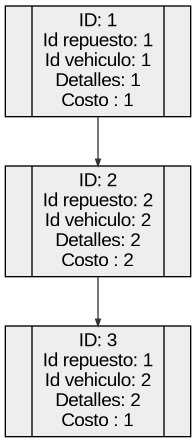
This is Fase2/AutoGestPro/Reportes/ReporteServicios.png from 0520Jose/-EDD-1S2025_202300539, a Graphviz export, as it was before one commit. Its source is kept beside it as Fase2/AutoGestPro/Reportes/ReporteServicios.dot.
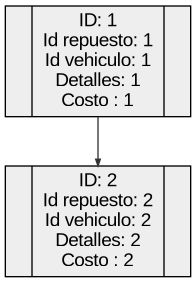
After the change.

What changed in the source:
```diff
@@ -24,6 +24,4 @@
 n1 [label="<f0> |<f1> ID: 1\nId repuesto: 1\nId vehiculo: 1\nDetalles: 1\nCosto : 1|<f2>"];
 n1:D -> n2;
 n2 [label="<f0> |<f1> ID: 2\nId repuesto: 2\nId vehiculo: 2\nDetalles: 2\nCosto : 2|<f2>"];
-n2:D -> n3;
-n3 [label="<f0> |<f1> ID: 3\nId repuesto: 1\nId vehiculo: 2\nDetalles: 2\nCosto : 1|<f2>"];
 }
```
